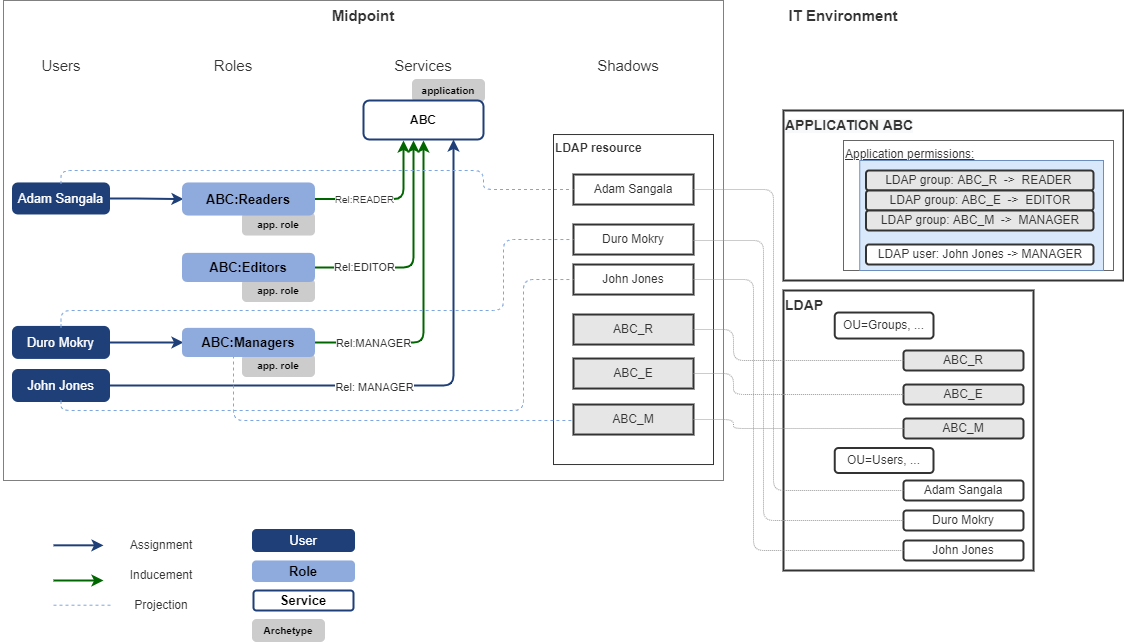
Earlier version of the draw.io export midpoint/devel/iga/iga-and-access/access-modeling/iga-concepts-application-access.png (Evolveum/docs). Source tidied: cells renumbered, new cells last; positions are measured from the earlier drawing's top-left corner, leaving out a move shared by most shapes.
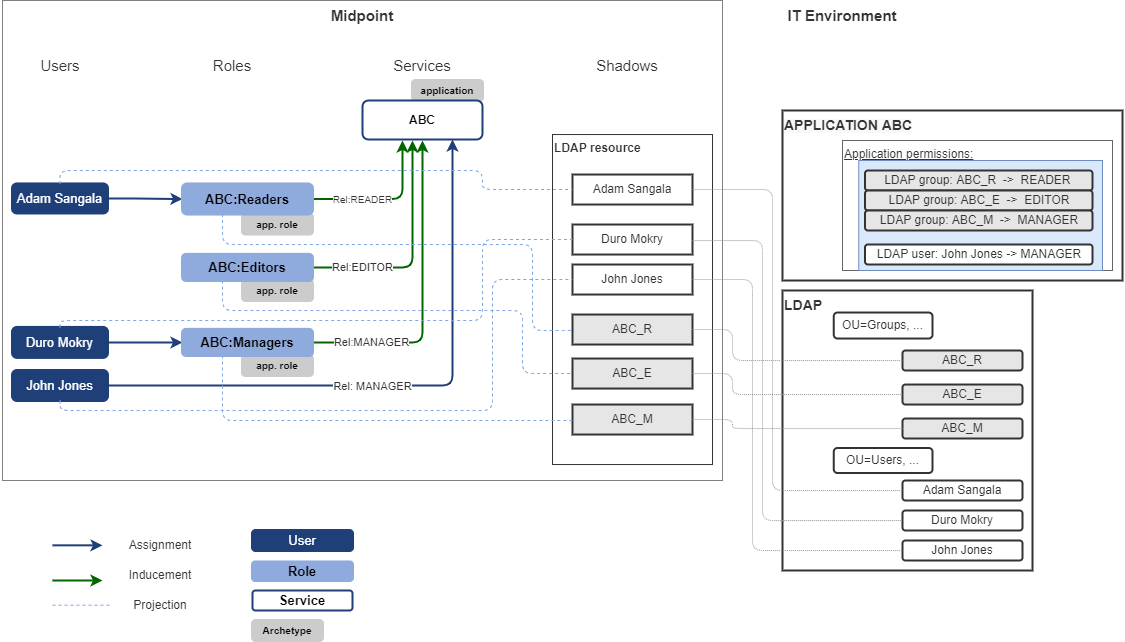
Later version of the same file.

Commit message:
IGA design: Small updates in schemas.

Change to the diagram source:
```diff
@@ -137,17 +137,17 @@
       <mxGeometry relative="1" as="geometry">
         <Array as="points">
           <mxPoint x="60" y="410" />
-          <mxPoint x="522" y="410" />
-          <mxPoint x="522" y="279" />
+          <mxPoint x="492" y="410" />
+          <mxPoint x="492" y="279" />
         </Array>
       </mxGeometry>
     </mxCell>
     <mxCell id="40" style="endArrow=none;dashed=1;html=1;strokeWidth=1;rounded=1;fontSize=12;fontColor=#333333;entryX=0;entryY=0.5;entryDx=0;entryDy=0;strokeColor=#7EA6E0;edgeStyle=orthogonalEdgeStyle;" parent="1" edge="1" source="25" target="11">
       <mxGeometry relative="1" as="geometry">
         <Array as="points">
-          <mxPoint x="60" y="310" />
-          <mxPoint x="502" y="310" />
-          <mxPoint x="502" y="239" />
+          <mxPoint x="60" y="320" />
+          <mxPoint x="482" y="320" />
+          <mxPoint x="482" y="239" />
         </Array>
       </mxGeometry>
     </mxCell>
@@ -163,7 +163,7 @@
     <mxCell id="42" style="endArrow=none;dashed=1;html=1;strokeWidth=1;rounded=1;fontSize=12;fontColor=#333333;strokeColor=#7EA6E0;edgeStyle=orthogonalEdgeStyle;" parent="1" edge="1" source="69" target="14">
       <mxGeometry relative="1" as="geometry">
         <Array as="points">
-          <mxPoint x="232" y="420" />
+          <mxPoint x="222" y="420" />
         </Array>
       </mxGeometry>
     </mxCell>
@@ -299,5 +299,24 @@
     <mxCell id="73" value="&lt;b&gt;ABC&lt;/b&gt;" style="rounded=1;whiteSpace=wrap;html=1;fontSize=12;strokeColor=#1E3F78;strokeWidth=2;fillColor=#FFFFFF;fontStyle=1;" parent="1" vertex="1">
       <mxGeometry x="362" y="100" width="120" height="39" as="geometry" />
     </mxCell>
+    <mxCell id="74" style="endArrow=none;dashed=1;html=1;strokeWidth=1;rounded=1;fontSize=12;fontColor=#333333;strokeColor=#7EA6E0;edgeStyle=orthogonalEdgeStyle;entryX=0;entryY=0.5;entryDx=0;entryDy=0;" parent="1" edge="1" source="70" target="13">
+      <mxGeometry relative="1" as="geometry">
+        <Array as="points">
+          <mxPoint x="222" y="310" />
+          <mxPoint x="522" y="310" />
+          <mxPoint x="522" y="373" />
+        </Array>
+      </mxGeometry>
+    </mxCell>
+    <mxCell id="75" style="endArrow=none;dashed=1;html=1;strokeWidth=1;rounded=1;fontSize=12;fontColor=#333333;strokeColor=#7EA6E0;edgeStyle=orthogonalEdgeStyle;entryX=0;entryY=0.5;entryDx=0;entryDy=0;" parent="1" edge="1" source="71" target="15">
+      <mxGeometry relative="1" as="geometry">
+        <Array as="points">
+          <mxPoint x="222" y="244" />
+          <mxPoint x="532" y="244" />
+          <mxPoint x="532" y="330" />
+          <mxPoint x="572" y="330" />
+        </Array>
+      </mxGeometry>
+    </mxCell>
   </root>
 </mxGraphModel>
```
